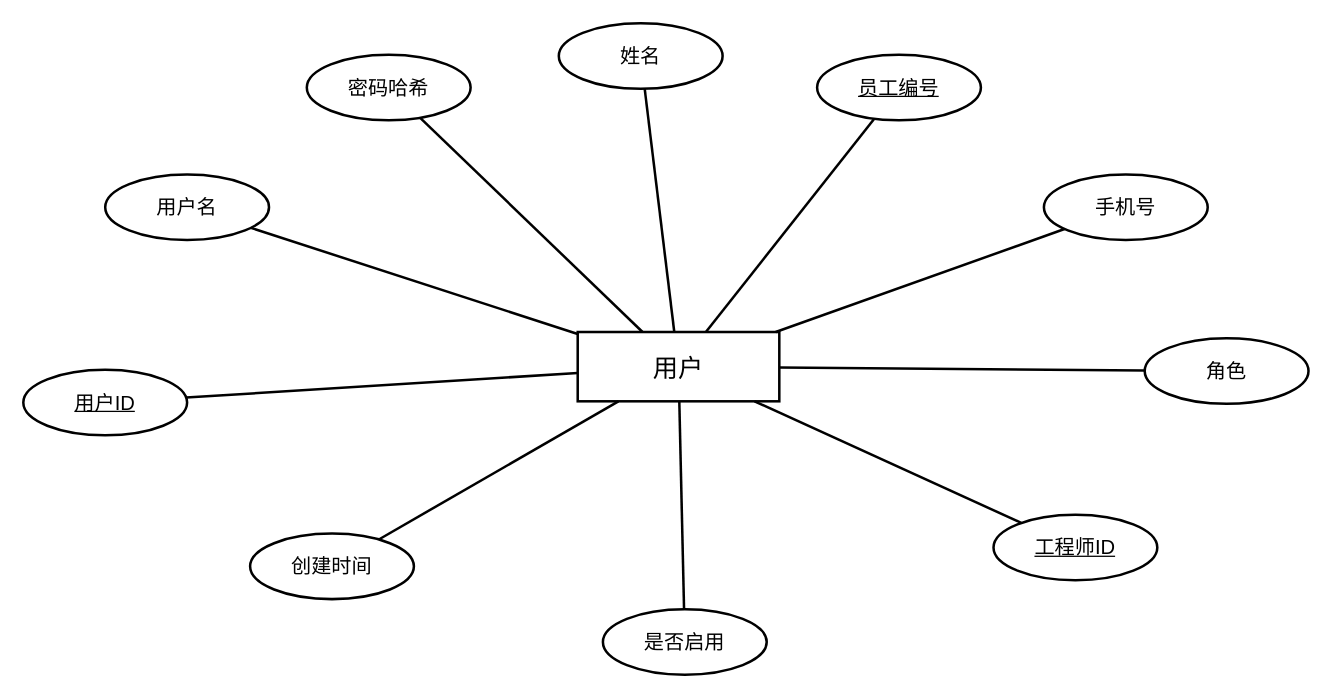
Earlier version of the draw.io diagram pictures_drawio/用户E-R图.drawio (solisW/my_thesis_system). Source tidied: cells renumbered, new cells numbered last; positions are measured from the earlier drawing's top-left corner, leaving out a move shared by most shapes. Both pictures are drawn from the tidied source at 126%, with x=0, y=0 at pixel (23, 23).
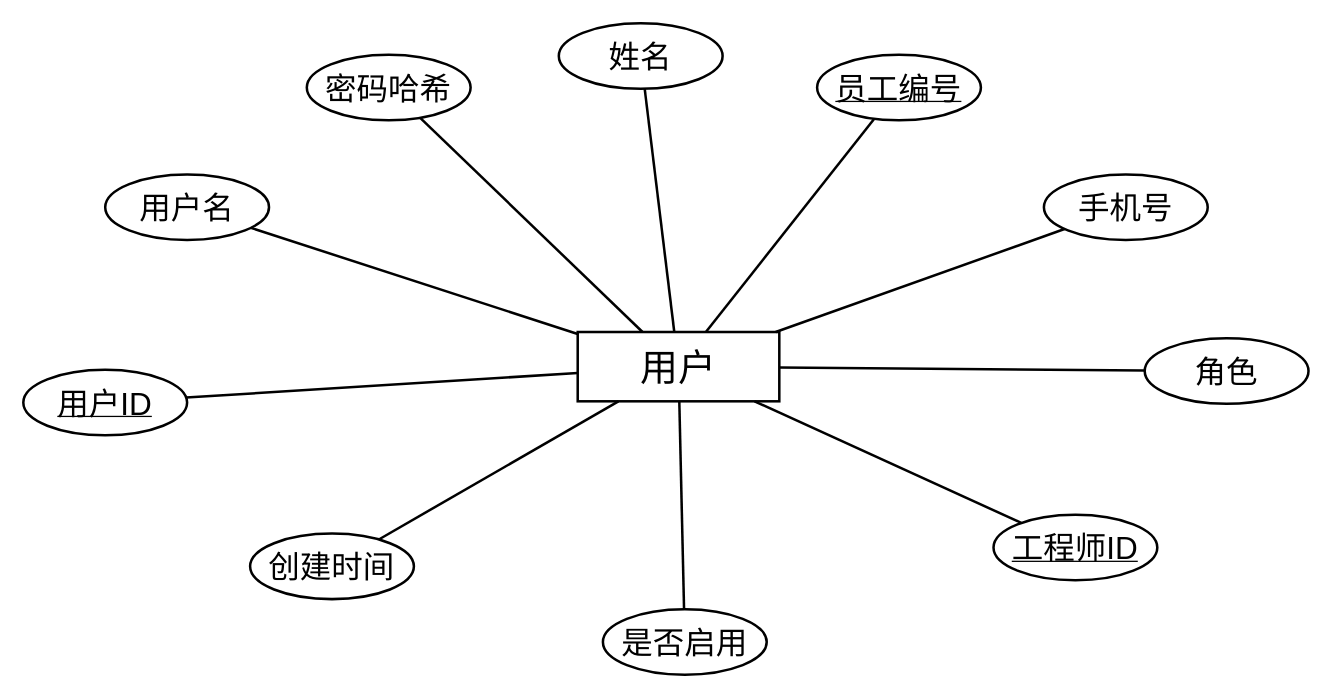
The same diagram, later.

What changed in the source:
```diff
@@
-    <mxCell id="2" value="用户" style="rounded=0;whiteSpace=wrap;html=1;fillColor=#ffffff;strokeColor=#000000;strokeWidth=2;fontSize=20;" parent="1" vertex="1">
+    <mxCell id="2" value="&lt;font style=&quot;font-size: 30px;&quot;&gt;用户&lt;/font&gt;" style="rounded=0;whiteSpace=wrap;html=1;fillColor=#ffffff;strokeColor=#000000;strokeWidth=2;fontSize=20;" parent="1" vertex="1">
       <mxGeometry x="440" y="245" width="160" height="55" as="geometry" />
     </mxCell>
-    <mxCell id="3" value="&lt;u&gt;用户ID&lt;/u&gt;" style="ellipse;whiteSpace=wrap;html=1;fillColor=#ffffff;strokeColor=#000000;strokeWidth=2;fontSize=16;" parent="1" vertex="1">
+    <mxCell id="3" value="&lt;u&gt;&lt;font style=&quot;font-size: 25px;&quot;&gt;用户ID&lt;/font&gt;&lt;/u&gt;" style="ellipse;whiteSpace=wrap;html=1;fillColor=#ffffff;strokeColor=#000000;strokeWidth=2;fontSize=16;" parent="1" vertex="1">
       <mxGeometry y="275" width="130" height="52" as="geometry" />
     </mxCell>
@@
-    <mxCell id="5" value="用户名" style="ellipse;whiteSpace=wrap;html=1;fillColor=#ffffff;strokeColor=#000000;strokeWidth=2;fontSize=16;" parent="1" vertex="1">
+    <mxCell id="5" value="&lt;font style=&quot;font-size: 25px;&quot;&gt;用户名&lt;/font&gt;" style="ellipse;whiteSpace=wrap;html=1;fillColor=#ffffff;strokeColor=#000000;strokeWidth=2;fontSize=16;" parent="1" vertex="1">
       <mxGeometry x="65" y="120" width="130" height="52" as="geometry" />
     </mxCell>
@@
-    <mxCell id="7" value="密码哈希" style="ellipse;whiteSpace=wrap;html=1;fillColor=#ffffff;strokeColor=#000000;strokeWidth=2;fontSize=16;" parent="1" vertex="1">
+    <mxCell id="7" value="&lt;font style=&quot;font-size: 25px;&quot;&gt;密码哈希&lt;/font&gt;" style="ellipse;whiteSpace=wrap;html=1;fillColor=#ffffff;strokeColor=#000000;strokeWidth=2;fontSize=16;" parent="1" vertex="1">
       <mxGeometry x="225" y="25" width="130" height="52" as="geometry" />
     </mxCell>
@@
-    <mxCell id="9" value="姓名" style="ellipse;whiteSpace=wrap;html=1;fillColor=#ffffff;strokeColor=#000000;strokeWidth=2;fontSize=16;" parent="1" vertex="1">
+    <mxCell id="9" value="&lt;font style=&quot;font-size: 25px;&quot;&gt;姓名&lt;/font&gt;" style="ellipse;whiteSpace=wrap;html=1;fillColor=#ffffff;strokeColor=#000000;strokeWidth=2;fontSize=16;" parent="1" vertex="1">
       <mxGeometry x="425" width="130" height="52" as="geometry" />
     </mxCell>
@@
-    <mxCell id="11" value="&lt;u&gt;员工编号&lt;/u&gt;" style="ellipse;whiteSpace=wrap;html=1;fillColor=#ffffff;strokeColor=#000000;strokeWidth=2;fontSize=16;" parent="1" vertex="1">
+    <mxCell id="11" value="&lt;u&gt;&lt;font style=&quot;font-size: 25px;&quot;&gt;员工编号&lt;/font&gt;&lt;/u&gt;" style="ellipse;whiteSpace=wrap;html=1;fillColor=#ffffff;strokeColor=#000000;strokeWidth=2;fontSize=16;" parent="1" vertex="1">
       <mxGeometry x="630" y="25" width="130" height="52" as="geometry" />
     </mxCell>
@@
-    <mxCell id="13" value="手机号" style="ellipse;whiteSpace=wrap;html=1;fillColor=#ffffff;strokeColor=#000000;strokeWidth=2;fontSize=16;" parent="1" vertex="1">
+    <mxCell id="13" value="&lt;font style=&quot;font-size: 25px;&quot;&gt;手机号&lt;/font&gt;" style="ellipse;whiteSpace=wrap;html=1;fillColor=#ffffff;strokeColor=#000000;strokeWidth=2;fontSize=16;" parent="1" vertex="1">
       <mxGeometry x="810" y="120" width="130" height="52" as="geometry" />
     </mxCell>
@@
-    <mxCell id="15" value="角色" style="ellipse;whiteSpace=wrap;html=1;fillColor=#ffffff;strokeColor=#000000;strokeWidth=2;fontSize=16;" parent="1" vertex="1">
+    <mxCell id="15" value="&lt;font style=&quot;font-size: 25px;&quot;&gt;角色&lt;/font&gt;" style="ellipse;whiteSpace=wrap;html=1;fillColor=#ffffff;strokeColor=#000000;strokeWidth=2;fontSize=16;" parent="1" vertex="1">
       <mxGeometry x="890" y="250" width="130" height="52" as="geometry" />
     </mxCell>
@@
-    <mxCell id="17" value="&lt;u&gt;工程师ID&lt;/u&gt;" style="ellipse;whiteSpace=wrap;html=1;fillColor=#ffffff;strokeColor=#000000;strokeWidth=2;fontSize=16;" parent="1" vertex="1">
+    <mxCell id="17" value="&lt;u&gt;&lt;font style=&quot;font-size: 25px;&quot;&gt;工程师ID&lt;/font&gt;&lt;/u&gt;" style="ellipse;whiteSpace=wrap;html=1;fillColor=#ffffff;strokeColor=#000000;strokeWidth=2;fontSize=16;" parent="1" vertex="1">
       <mxGeometry x="770" y="390" width="130" height="52" as="geometry" />
     </mxCell>
@@
-    <mxCell id="19" value="是否启用" style="ellipse;whiteSpace=wrap;html=1;fillColor=#ffffff;strokeColor=#000000;strokeWidth=2;fontSize=16;" parent="1" vertex="1">
+    <mxCell id="19" value="&lt;font style=&quot;font-size: 25px;&quot;&gt;是否启用&lt;/font&gt;" style="ellipse;whiteSpace=wrap;html=1;fillColor=#ffffff;strokeColor=#000000;strokeWidth=2;fontSize=16;" parent="1" vertex="1">
       <mxGeometry x="460" y="465" width="130" height="52" as="geometry" />
     </mxCell>
@@
-    <mxCell id="21" value="创建时间" style="ellipse;whiteSpace=wrap;html=1;fillColor=#ffffff;strokeColor=#000000;strokeWidth=2;fontSize=16;" parent="1" vertex="1">
+    <mxCell id="21" value="&lt;font style=&quot;font-size: 25px;&quot;&gt;创建时间&lt;/font&gt;" style="ellipse;whiteSpace=wrap;html=1;fillColor=#ffffff;strokeColor=#000000;strokeWidth=2;fontSize=16;" parent="1" vertex="1">
       <mxGeometry x="180" y="405" width="130" height="52" as="geometry" />
     </mxCell>
```
